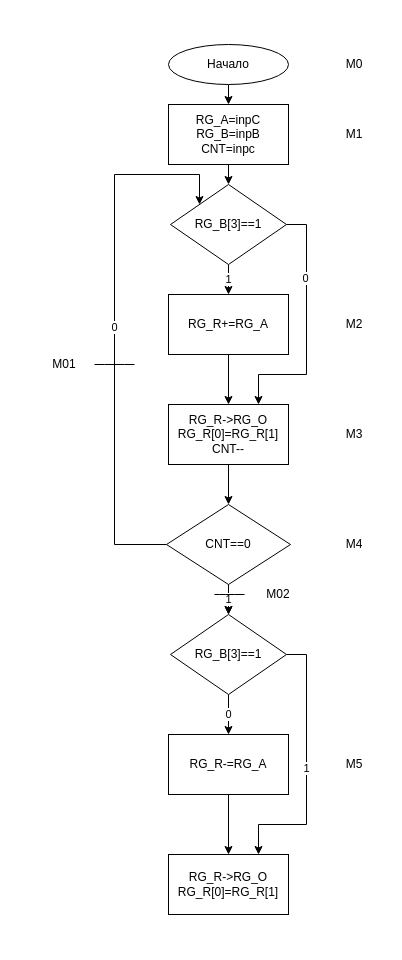
Before: prac2/prac2.drawio in Mastmex/rum, a draw.io diagram. Source tidied: cells renumbered, new cells numbered last; positions are measured from the earlier drawing's top-left corner, leaving out a move shared by most shapes. Both pictures are drawn from the tidied source at 100%, with x=0, y=0 at pixel (44, 44).
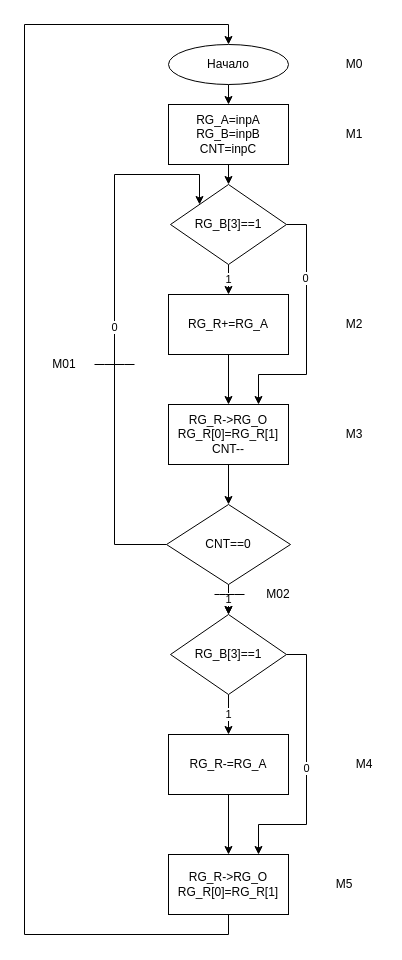
The same diagram, later.

Commit message (it also covers changes not shown here):
prac2-ebanaya

Unchanged cells that the change refers to:
```xml
<mxCell id="3" value="Начало" style="ellipse;whiteSpace=wrap;html=1;" parent="1" vertex="1">
  <mxGeometry x="124" width="120" height="40" as="geometry" />
</mxCell>
<mxCell id="20" value="RG_B[3]==1" style="rhombus;whiteSpace=wrap;html=1;" parent="1" vertex="1">
  <mxGeometry x="126" y="570" width="116" height="80" as="geometry" />
</mxCell>
<mxCell id="22" value="RG_R-=RG_A" style="rounded=0;whiteSpace=wrap;html=1;" parent="1" vertex="1">
  <mxGeometry x="124" y="690" width="120" height="60" as="geometry" />
</mxCell>
<mxCell id="23" value="RG_R-&amp;gt;RG_O&lt;br&gt;RG_R[0]=RG_R[1]&lt;br&gt;" style="rounded=0;whiteSpace=wrap;html=1;" parent="1" vertex="1">
  <mxGeometry x="124" y="810" width="120" height="60" as="geometry" />
</mxCell>
```

Diff of the diagram source:
```diff
@@
-    <mxCell id="5" value="RG_A=inpC&lt;br&gt;RG_B=inpB&lt;br&gt;CNT=inpc" style="rounded=0;whiteSpace=wrap;html=1;" parent="1" vertex="1">
+    <mxCell id="5" value="RG_A=inpA&lt;br&gt;RG_B=inpB&lt;br&gt;CNT=inpC" style="rounded=0;whiteSpace=wrap;html=1;" parent="1" vertex="1">
       <mxGeometry x="124" y="60" width="120" height="60" as="geometry" />
     </mxCell>
@@
-    <mxCell id="18" value="0" style="edgeStyle=orthogonalEdgeStyle;rounded=0;jettySize=auto;html=1;exitX=0.5;exitY=1;exitDx=0;exitDy=0;entryX=0.5;entryY=0;entryDx=0;entryDy=0;" parent="1" edge="1" source="20" target="22">
+    <mxCell id="18" value="1" style="edgeStyle=orthogonalEdgeStyle;rounded=0;jettySize=auto;html=1;exitX=0.5;exitY=1;exitDx=0;exitDy=0;entryX=0.5;entryY=0;entryDx=0;entryDy=0;" parent="1" edge="1" source="20" target="22">
       <mxGeometry relative="1" as="geometry" />
     </mxCell>
-    <mxCell id="19" value="1" style="edgeStyle=orthogonalEdgeStyle;rounded=0;jettySize=auto;html=1;exitX=1;exitY=0.5;exitDx=0;exitDy=0;entryX=0.75;entryY=0;entryDx=0;entryDy=0;" parent="1" edge="1" source="20" target="23">
+    <mxCell id="19" value="0" style="edgeStyle=orthogonalEdgeStyle;rounded=0;jettySize=auto;html=1;exitX=1;exitY=0.5;exitDx=0;exitDy=0;entryX=0.75;entryY=0;entryDx=0;entryDy=0;" parent="1" edge="1" source="20" target="23">
       <mxGeometry relative="1" as="geometry">
         <Array as="points">
           <mxPoint x="262" y="610" />
           <mxPoint x="262" y="780" />
           <mxPoint x="214" y="780" />
         </Array>
       </mxGeometry>
     </mxCell>
@@
+    <mxCell id="34" style="edgeStyle=orthogonalEdgeStyle;rounded=0;jettySize=auto;html=1;exitX=0.5;exitY=1;exitDx=0;exitDy=0;entryX=0.5;entryY=0;entryDx=0;entryDy=0;" parent="1" edge="1" source="23" target="3">
+      <mxGeometry relative="1" as="geometry">
+        <Array as="points">
+          <mxPoint x="184" y="890" />
+          <mxPoint x="-20" y="890" />
+          <mxPoint x="-20" y="-20" />
+          <mxPoint x="184" y="-20" />
+        </Array>
+      </mxGeometry>
+    </mxCell>
@@
     <mxCell id="30" value="M4" style="text;html=1;strokeColor=none;fillColor=none;align=center;verticalAlign=middle;whiteSpace=wrap;rounded=0;" parent="1" vertex="1">
-      <mxGeometry x="290" y="490" width="40" height="20" as="geometry" />
+      <mxGeometry x="300" y="710" width="40" height="20" as="geometry" />
     </mxCell>
     <mxCell id="31" value="M5" style="text;html=1;strokeColor=none;fillColor=none;align=center;verticalAlign=middle;whiteSpace=wrap;rounded=0;" parent="1" vertex="1">
-      <mxGeometry x="290" y="710" width="40" height="20" as="geometry" />
+      <mxGeometry x="280" y="830" width="40" height="20" as="geometry" />
     </mxCell>
```
